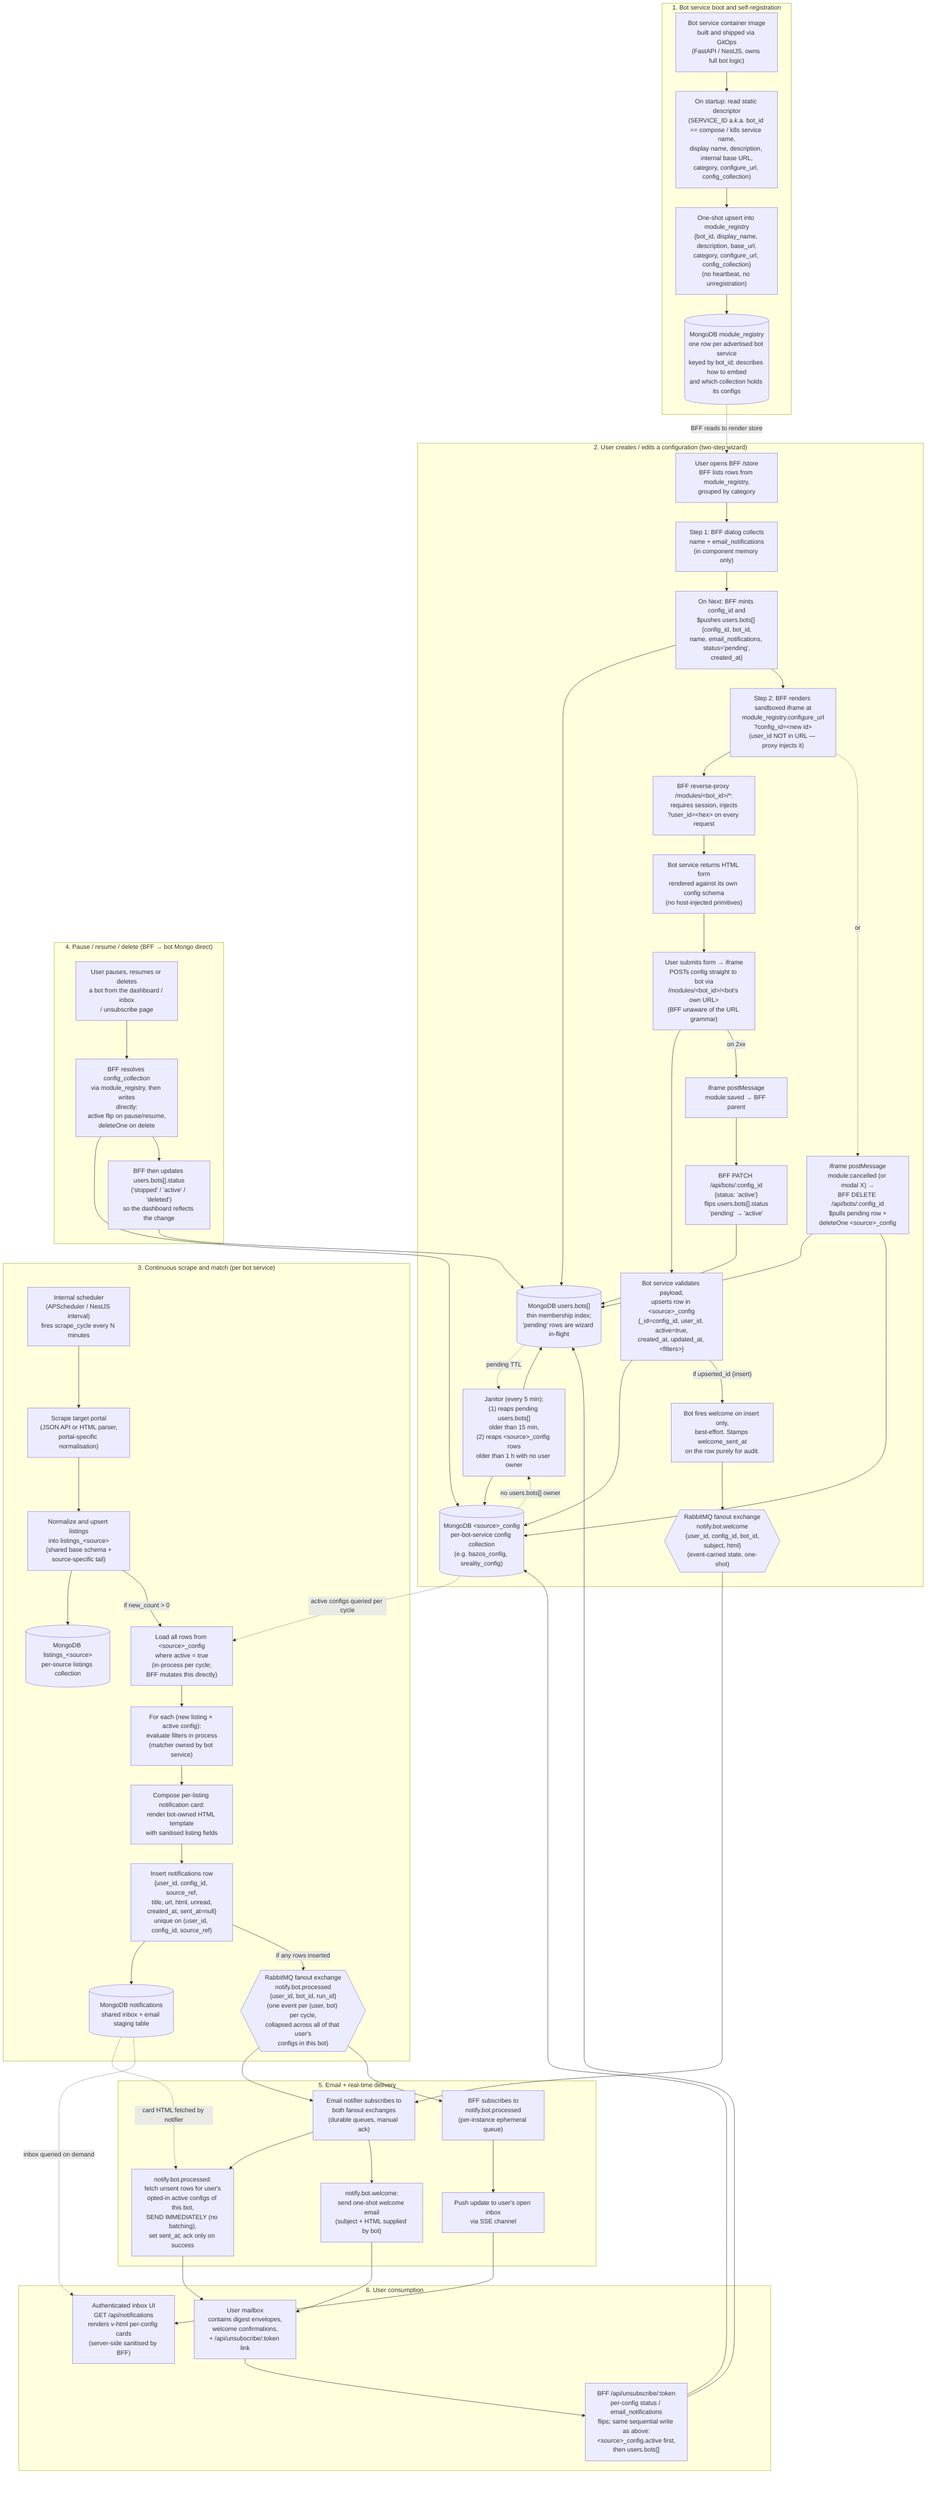
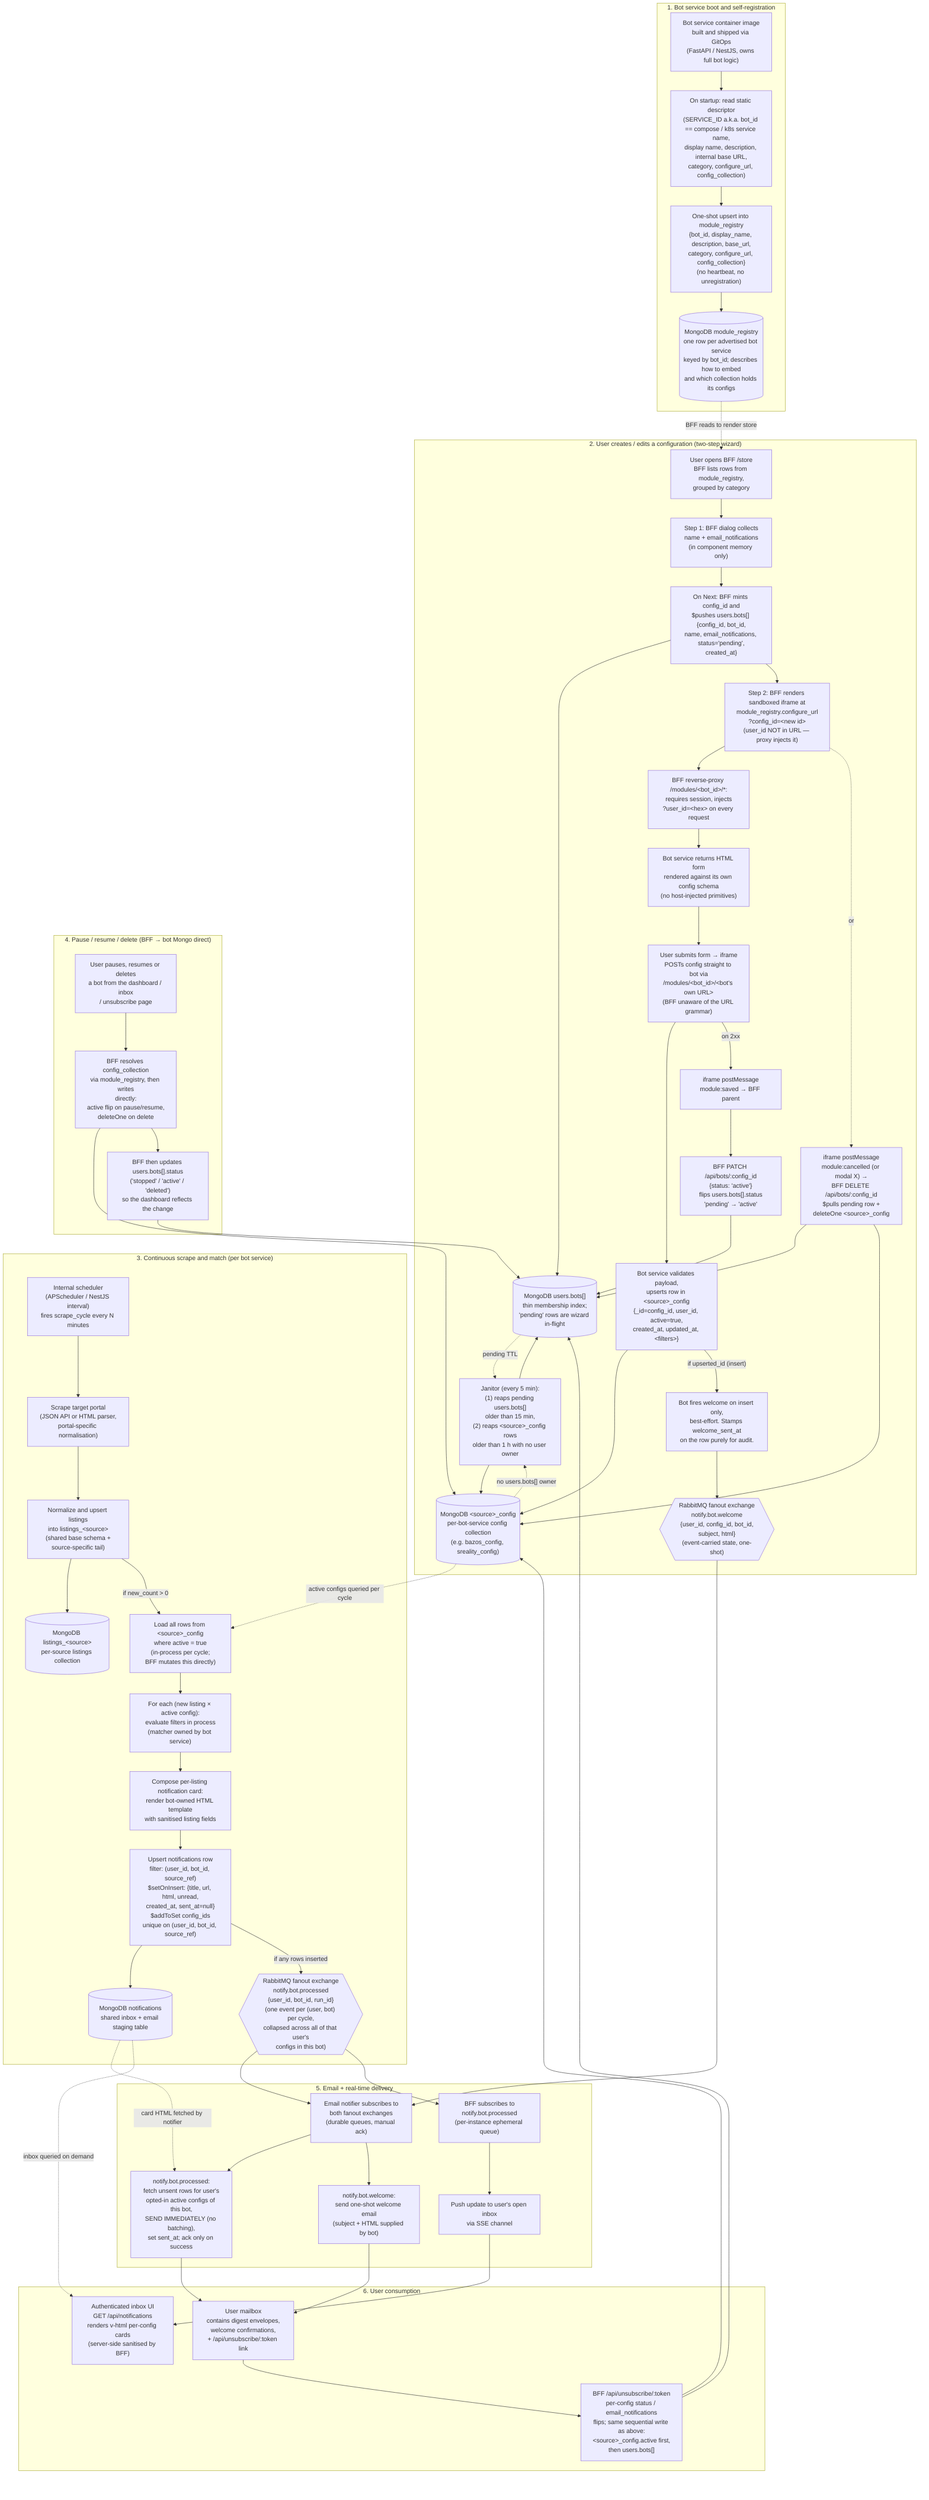
flowchart TB
 subgraph Boot["1. Bot service boot and self-registration"]
        Image["Bot service container image<br>built and shipped via GitOps<br>(FastAPI / NestJS, owns full bot logic)"]
        Startup["On startup: read static descriptor<br>(SERVICE_ID a.k.a. bot_id == compose / k8s service name,<br>display name, description, internal base URL,<br>category, configure_url, config_collection)"]
        Register["One-shot upsert into module_registry<br>{bot_id, display_name, description, base_url,<br>category, configure_url, config_collection}<br>(no heartbeat, no unregistration)"]
        ModuleReg[("MongoDB module_registry<br>one row per advertised bot service<br>keyed by bot_id; describes how to embed<br>and which collection holds its configs")]
  end
 subgraph Configure["2. User creates / edits a configuration (two-step wizard)"]
        Browse["User opens BFF /store<br>BFF lists rows from module_registry,<br>grouped by category"]
        Step1["Step 1: BFF dialog collects<br>name + email_notifications<br>(in component memory only)"]
        Mint["On Next: BFF mints config_id and<br>$pushes users.bots[] {config_id, bot_id,<br>name, email_notifications, status='pending',<br>created_at}"]
        UsersCol[("MongoDB users.bots[]<br>thin membership index;<br>'pending' rows are wizard in-flight")]
        Step2["Step 2: BFF renders sandboxed iframe at<br>module_registry.configure_url<br>?config_id=&lt;new id&gt;<br>(user_id NOT in URL — proxy injects it)"]
        Proxy["BFF reverse-proxy /modules/&lt;bot_id&gt;/*:<br>requires session, injects<br>?user_id=&lt;hex&gt; on every request"]
        ConfigUI["Bot service returns HTML form<br>rendered against its own config schema<br>(no host-injected primitives)"]
        Submit["User submits form &rarr; iframe<br>POSTs config straight to bot via<br>/modules/&lt;bot_id&gt;/&lt;bot's own URL&gt;<br>(BFF unaware of the URL grammar)"]
        Persist["Bot service validates payload,<br>upserts row in &lt;source&gt;_config<br>{_id=config_id, user_id, active=true,<br>created_at, updated_at, &lt;filters&gt;}"]
        ServiceConfig[("MongoDB &lt;source&gt;_config<br>per-bot-service config collection<br>(e.g. bazos_config, sreality_config)")]
        WelcomeOnInsert["Bot fires welcome on insert only,<br>best-effort. Stamps welcome_sent_at<br>on the row purely for audit."]
        WelcomeEmit{{"RabbitMQ fanout exchange<br>notify.bot.welcome<br>{user_id, config_id, bot_id,<br>subject, html}<br>(event-carried state, one-shot)"}}
        SavedMsg["iframe postMessage<br>module:saved &rarr; BFF parent"]
        Activate["BFF PATCH /api/bots/:config_id<br>{status: 'active'}<br>flips users.bots[].status<br>'pending' &rarr; 'active'"]
        CancelMsg["iframe postMessage<br>module:cancelled (or modal X) &rarr;<br>BFF DELETE /api/bots/:config_id<br>$pulls pending row +<br>deleteOne &lt;source&gt;_config"]
        Janitor["Janitor (every 5 min):<br>(1) reaps pending users.bots[]<br>older than 15 min,<br>(2) reaps &lt;source&gt;_config rows<br>older than 1 h with no user owner"]
  end
 subgraph Scrape["3. Continuous scrape and match (per bot service)"]
        Scheduler["Internal scheduler<br>(APScheduler / NestJS interval)<br>fires scrape_cycle every N minutes"]
        Scrape1["Scrape target portal<br>(JSON API or HTML parser,<br>portal-specific normalisation)"]
        Normalize["Normalize and upsert listings<br>into listings_&lt;source&gt;<br>(shared base schema +<br>source-specific tail)"]
        ListingsCol[("MongoDB listings_&lt;source&gt;<br>per-source listings collection")]
        LoadConfigs["Load all rows from &lt;source&gt;_config<br>where active = true<br>(in-process per cycle;<br>BFF mutates this directly)"]
        MatchLoop["For each (new listing &times; active config):<br>evaluate filters in process<br>(matcher owned by bot service)"]
        Compose["Compose per-listing notification card:<br>render bot-owned HTML template<br>with sanitised listing fields"]
-         WriteNotif["Insert notifications row<br>{user_id, config_id, source_ref,<br>title, url, html, unread,<br>created_at, sent_at=null}<br>unique on (user_id, config_id, source_ref)"]
+         WriteNotif["Upsert notifications row<br>filter: (user_id, bot_id, source_ref)<br>$setOnInsert: {title, url, html, unread,<br>created_at, sent_at=null}<br>$addToSet config_ids<br>unique on (user_id, bot_id, source_ref)"]
        NotifCol[("MongoDB notifications<br>shared inbox + email staging table")]
        EmitEvent{{"RabbitMQ fanout exchange<br>notify.bot.processed<br>{user_id, bot_id, run_id}<br>(one event per (user, bot) per cycle,<br>collapsed across all of that user's<br>configs in this bot)"}}
  end
 subgraph Mutate["4. Pause / resume / delete (BFF &rarr; bot Mongo direct)"]
        DashAction["User pauses, resumes or deletes<br>a bot from the dashboard / inbox<br>/ unsubscribe page"]
        BFFWrite["BFF resolves config_collection<br>via module_registry, then writes<br>directly:<br>active flip on pause/resume,<br>deleteOne on delete"]
        BFFCache["BFF then updates users.bots[].status<br>('stopped' / 'active' / 'deleted')<br>so the dashboard reflects the change"]
  end
 subgraph Deliver["5. Email + real-time delivery"]
        EmailSub["Email notifier subscribes to<br>both fanout exchanges<br>(durable queues, manual ack)"]
        SendDigest["notify.bot.processed:<br>fetch unsent rows for user's<br>opted-in active configs of this bot,<br>SEND IMMEDIATELY (no batching),<br>set sent_at; ack only on success"]
        WelcomeOneShot["notify.bot.welcome:<br>send one-shot welcome email<br>(subject + HTML supplied by bot)"]
        BFFSub["BFF subscribes to<br>notify.bot.processed<br>(per-instance ephemeral queue)"]
        SSEPush["Push update to user's open inbox<br>via SSE channel"]
  end
 subgraph Use["6. User consumption"]
        Inbox["Authenticated inbox UI<br>GET /api/notifications<br>renders v-html per-config cards<br>(server-side sanitised by BFF)"]
        Mailbox["User mailbox<br>contains digest envelopes,<br>welcome confirmations,<br>+ /api/unsubscribe/:token link"]
        UnsubBFF["BFF /api/unsubscribe/:token<br>per-config status / email_notifications<br>flips; same sequential write as above:<br>&lt;source&gt;_config.active first,<br>then users.bots[]"]
  end

    Image --> Startup --> Register --> ModuleReg
    ModuleReg -. "BFF reads to render store" .-> Browse
    Browse --> Step1 --> Mint --> UsersCol
    Mint --> Step2 --> Proxy --> ConfigUI --> Submit
    Submit --> Persist --> ServiceConfig
    Persist -- "if upserted_id (insert)" --> WelcomeOnInsert
    WelcomeOnInsert --> WelcomeEmit
    Submit -- "on 2xx" --> SavedMsg --> Activate --> UsersCol
    Step2 -. "or" .-> CancelMsg --> UsersCol
    CancelMsg --> ServiceConfig
    UsersCol -. "pending TTL" .-> Janitor
    ServiceConfig -. "no users.bots[] owner" .-> Janitor
    Janitor --> UsersCol
    Janitor --> ServiceConfig

    Scheduler --> Scrape1
    Scrape1 --> Normalize --> ListingsCol
    Normalize -- "if new_count > 0" --> LoadConfigs
    ServiceConfig -. "active configs queried per cycle" .-> LoadConfigs
    LoadConfigs --> MatchLoop --> Compose --> WriteNotif --> NotifCol
    WriteNotif -- "if any rows inserted" --> EmitEvent

    DashAction --> BFFWrite --> ServiceConfig
    BFFWrite --> BFFCache --> UsersCol

    EmitEvent --> EmailSub --> SendDigest --> Mailbox
    NotifCol -. "card HTML fetched by notifier" .-> SendDigest

    WelcomeEmit --> EmailSub
    EmailSub --> WelcomeOneShot --> Mailbox

    EmitEvent --> BFFSub --> SSEPush --> Inbox
    NotifCol -. "inbox queried on demand" .-> Inbox

    Mailbox --> UnsubBFF
    UnsubBFF --> ServiceConfig
    UnsubBFF --> UsersCol
